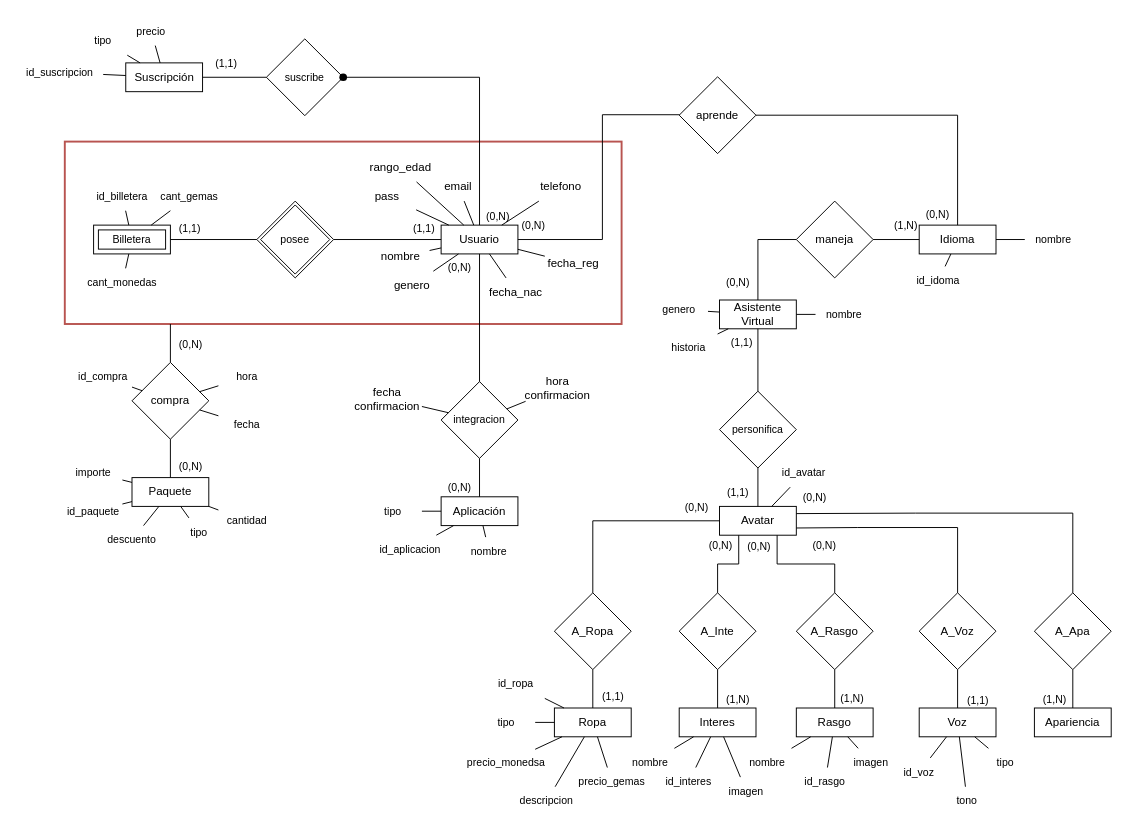
This is MER/MER OBL1.drawio from felipiacenza/BD2, a draw.io file, before an edit. Source tidied: cells renumbered, new cells numbered last; positions are measured from the earlier drawing's top-left corner, leaving out a move shared by most shapes. Both pictures are drawn from the tidied source at 96%, with x=0, y=0 at pixel (16, 16).
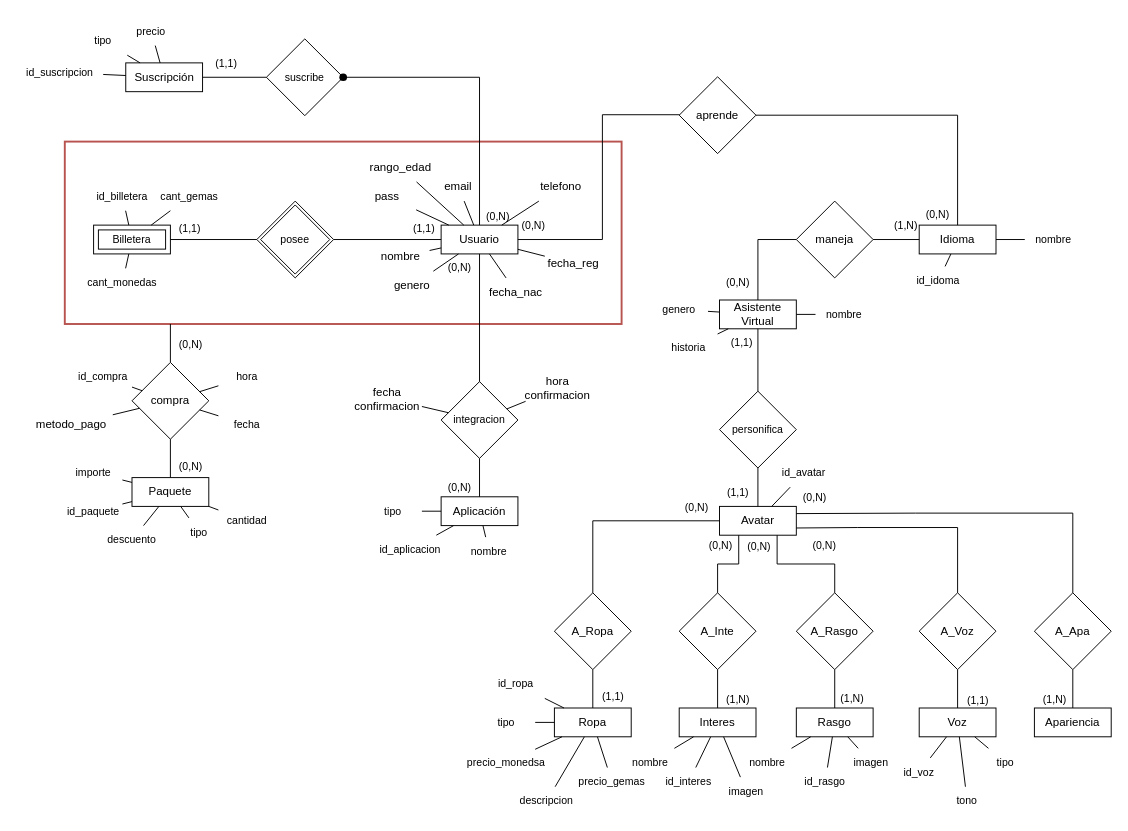
The same page after the edit.

Unchanged cells that the change refers to:
```xml
<mxCell id="12" value="compra" style="rhombus;whiteSpace=wrap;html=1;" parent="1" vertex="1">
  <mxGeometry x="120" y="360" width="80" height="80" as="geometry" />
</mxCell>
```

Change to the diagram source:
```diff
@@
+    <mxCell id="171" style="edgeStyle=none;html=1;endArrow=none;endFill=0;" parent="1" edge="1" source="172" target="12">
+      <mxGeometry relative="1" as="geometry" />
+    </mxCell>
+    <mxCell id="172" value="metodo_pago" style="text;html=1;strokeColor=none;fillColor=none;align=center;verticalAlign=middle;whiteSpace=wrap;rounded=0;" parent="1" vertex="1">
+      <mxGeometry x="14" y="410" width="86" height="30" as="geometry" />
+    </mxCell>
```
